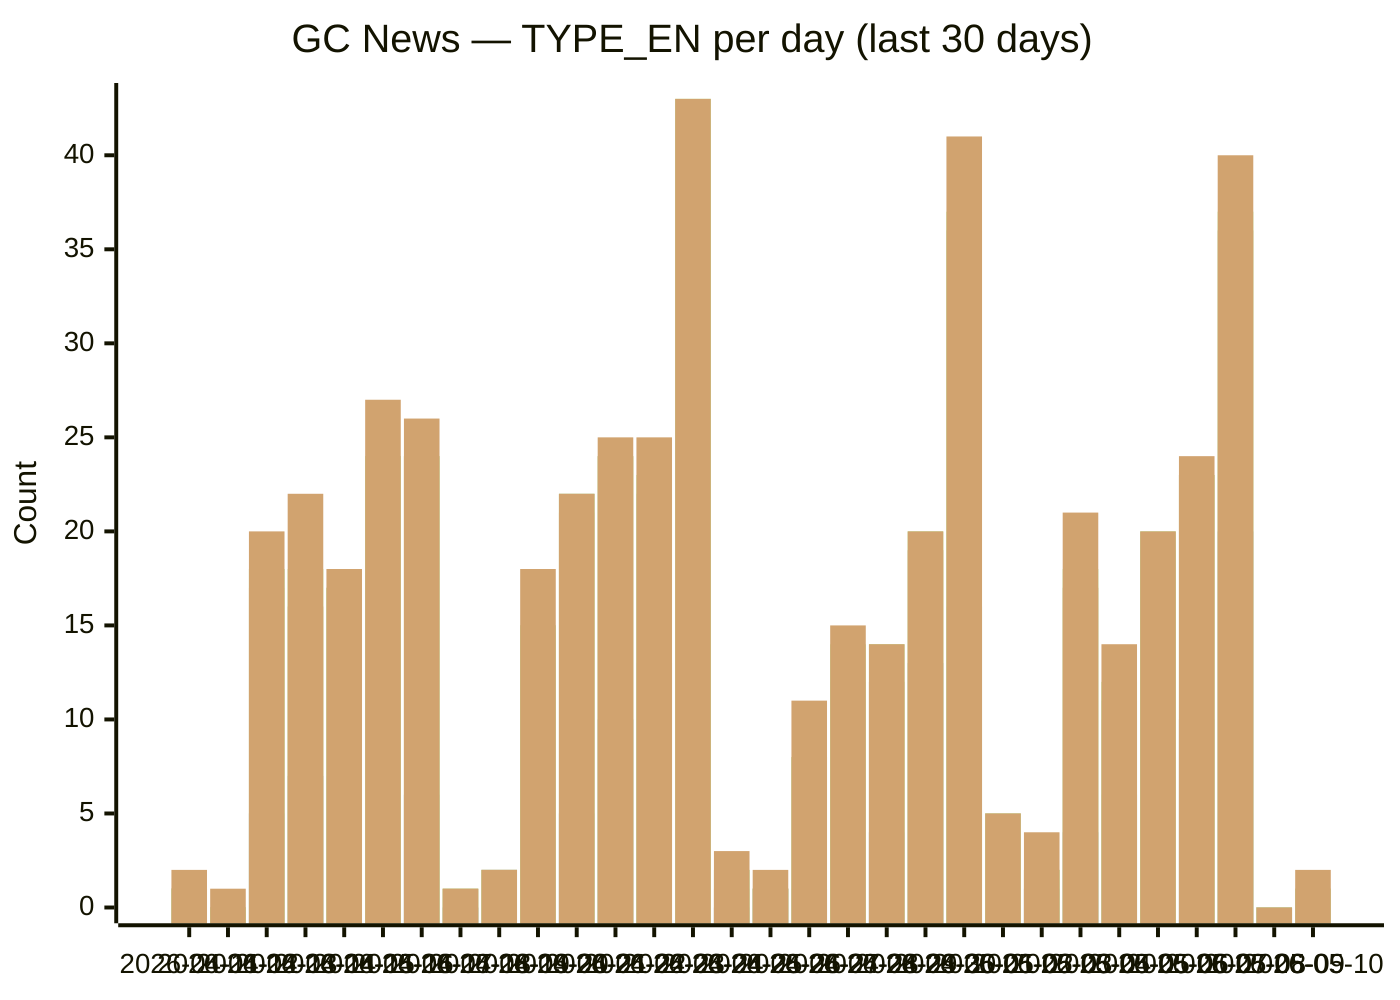
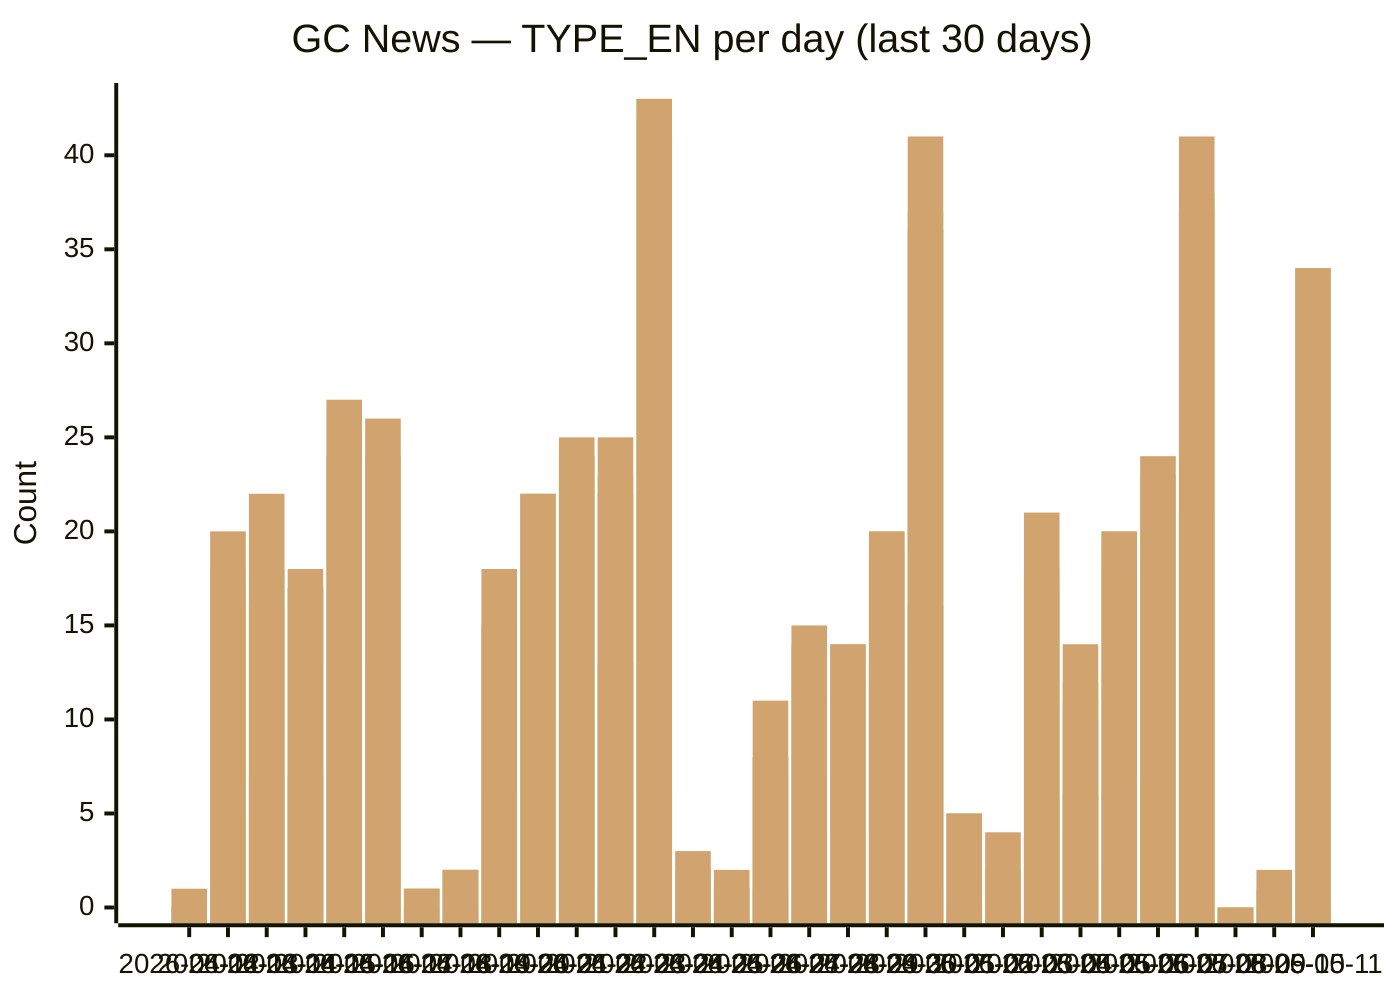
```mermaid
xychart-beta
  title "GC News — TYPE_EN per day (last 30 days)"
-   x-axis [2026-04-11, 2026-04-12, 2026-04-13, 2026-04-14, 2026-04-15, 2026-04-16, 2026-04-17, 2026-04-18, 2026-04-19, 2026-04-20, 2026-04-21, 2026-04-22, 2026-04-23, 2026-04-24, 2026-04-25, 2026-04-26, 2026-04-27, 2026-04-28, 2026-04-29, 2026-04-30, 2026-05-01, 2026-05-02, 2026-05-03, 2026-05-04, 2026-05-05, 2026-05-06, 2026-05-07, 2026-05-08, 2026-05-09, 2026-05-10]
+   x-axis [2026-04-12, 2026-04-13, 2026-04-14, 2026-04-15, 2026-04-16, 2026-04-17, 2026-04-18, 2026-04-19, 2026-04-20, 2026-04-21, 2026-04-22, 2026-04-23, 2026-04-24, 2026-04-25, 2026-04-26, 2026-04-27, 2026-04-28, 2026-04-29, 2026-04-30, 2026-05-01, 2026-05-02, 2026-05-03, 2026-05-04, 2026-05-05, 2026-05-06, 2026-05-07, 2026-05-08, 2026-05-09, 2026-05-10, 2026-05-11]
  y-axis "Count" 0 --> 43
-   bar backgrounders [0, 0, 3, 2, 1, 0, 3, 0, 0, 3, 1, 2, 1, 5, 0, 0, 1, 1, 0, 1, 1, 0, 0, 2, 1, 2, 0, 5, 0, 0]
-   bar "media advisories" [1, 0, 5, 7, 7, 13, 6, 0, 2, 6, 5, 10, 13, 6, 0, 1, 1, 7, 4, 13, 16, 0, 1, 4, 6, 7, 10, 20, 0, 0]
-   bar "news releases" [1, 0, 17, 16, 17, 24, 24, 1, 2, 15, 21, 24, 22, 41, 1, 1, 8, 11, 12, 19, 36, 5, 2, 17, 10, 18, 23, 36, 0, 1]
-   bar readouts [1, 0, 18, 16, 17, 24, 24, 1, 2, 15, 22, 24, 22, 42, 2, 1, 8, 12, 12, 19, 36, 5, 2, 17, 11, 19, 23, 36, 0, 1]
-   bar speeches [1, 0, 18, 18, 17, 24, 24, 1, 2, 15, 22, 24, 23, 43, 2, 1, 8, 14, 14, 20, 37, 5, 2, 18, 12, 20, 23, 37, 0, 1]
-   bar statements [2, 1, 20, 22, 18, 27, 26, 1, 2, 18, 22, 25, 25, 43, 3, 2, 11, 15, 14, 20, 41, 5, 4, 21, 14, 20, 24, 40, 0, 2]
+   bar backgrounders [0, 3, 2, 1, 0, 3, 0, 0, 3, 1, 2, 1, 5, 0, 0, 1, 1, 0, 1, 1, 0, 0, 2, 1, 2, 0, 5, 0, 0, 2]
+   bar "media advisories" [0, 5, 7, 7, 13, 6, 0, 2, 6, 5, 10, 13, 6, 0, 1, 1, 7, 4, 13, 16, 0, 1, 4, 6, 7, 10, 21, 0, 0, 11]
+   bar "news releases" [0, 17, 16, 17, 24, 24, 1, 2, 15, 21, 24, 22, 41, 1, 1, 8, 11, 12, 19, 36, 5, 2, 17, 10, 18, 23, 37, 0, 1, 33]
+   bar readouts [0, 18, 16, 17, 24, 24, 1, 2, 15, 22, 24, 22, 42, 2, 1, 8, 12, 12, 19, 36, 5, 2, 17, 11, 19, 23, 37, 0, 1, 34]
+   bar speeches [0, 18, 18, 17, 24, 24, 1, 2, 15, 22, 24, 23, 43, 2, 1, 8, 14, 14, 20, 37, 5, 2, 18, 12, 20, 23, 38, 0, 1, 34]
+   bar statements [1, 20, 22, 18, 27, 26, 1, 2, 18, 22, 25, 25, 43, 3, 2, 11, 15, 14, 20, 41, 5, 4, 21, 14, 20, 24, 41, 0, 2, 34]
```